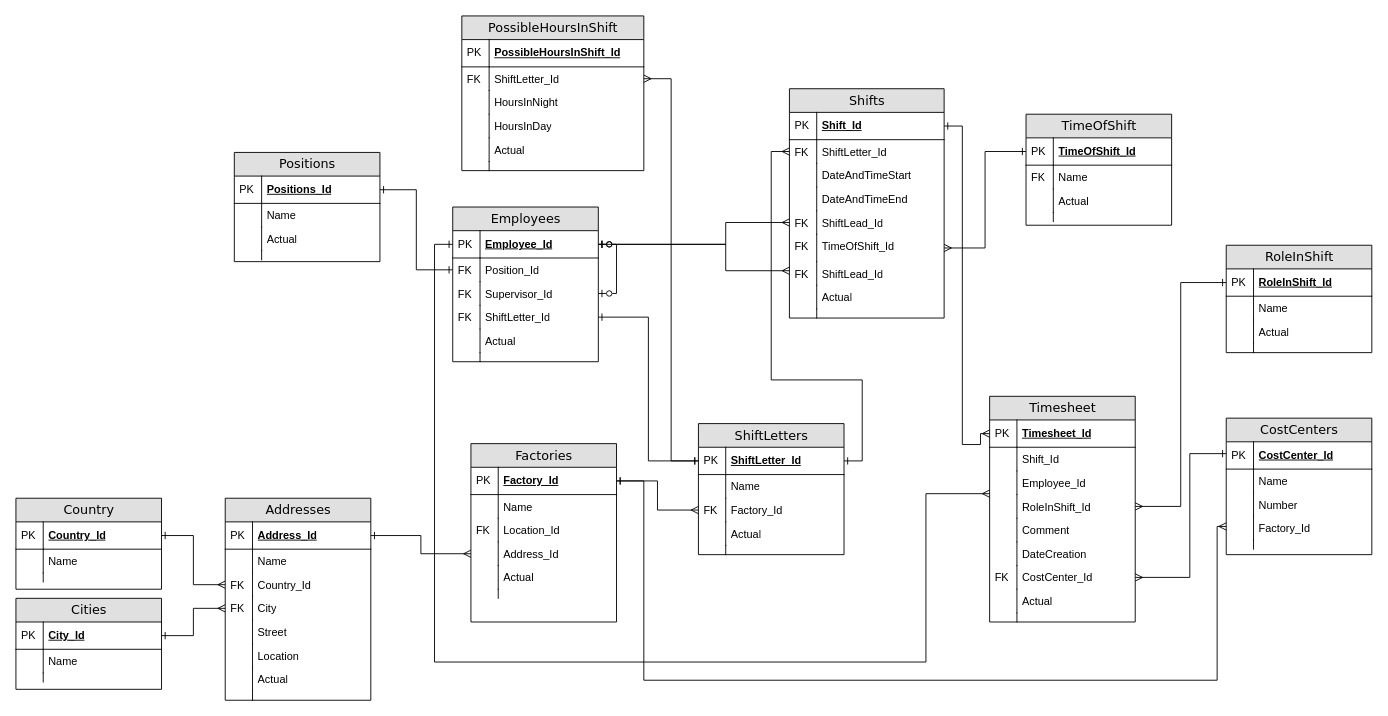
Above: График работы сотрудников по сменам.drawio in posscriptum/BD_Diagram (draw.io), before the change. Source tidied: cells renumbered, new cells numbered last; positions are measured from the earlier drawing's top-left corner, leaving out a move shared by most shapes. Both pictures are drawn from the tidied source at 91%, with x=0, y=0 at pixel (15, 15).
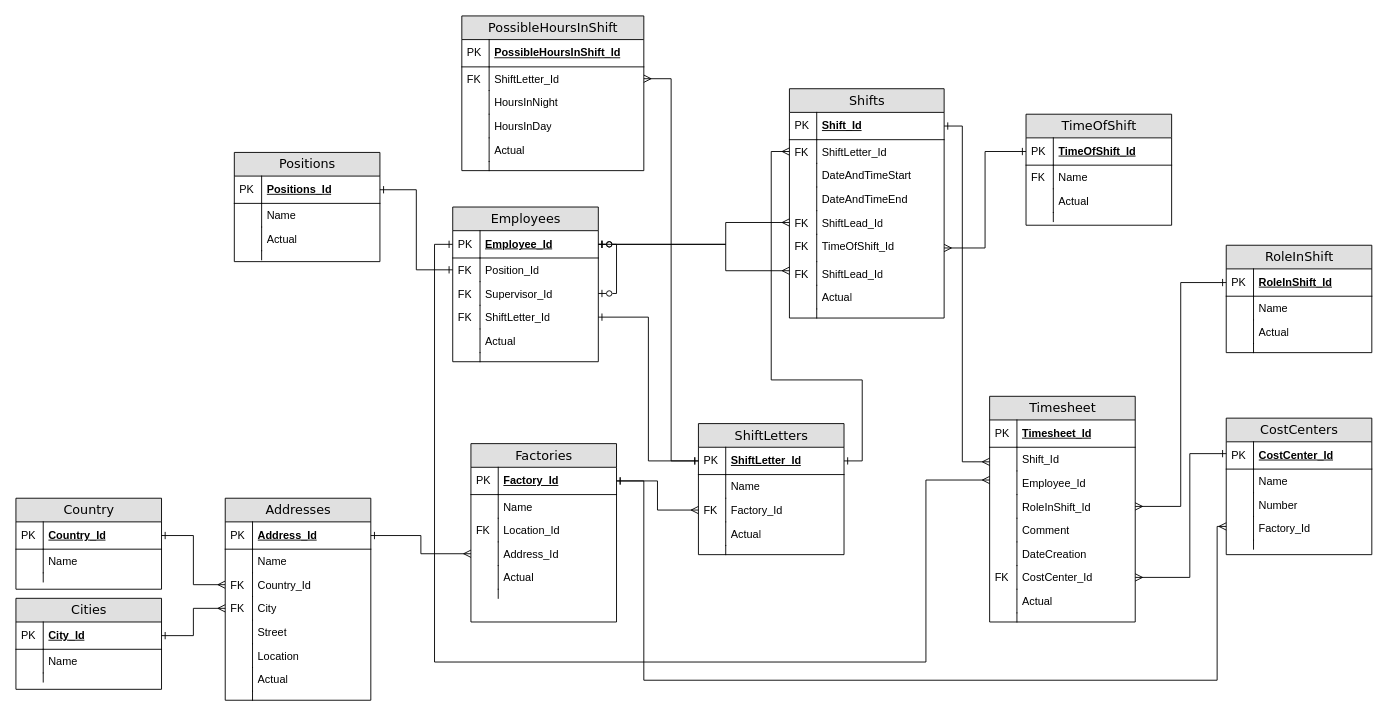
The same diagram, later.

Unchanged cells that the change refers to:
```xml
<mxCell id="3" value="Shift_Id" style="shape=partialRectangle;top=0;left=0;right=0;bottom=1;html=1;align=left;verticalAlign=middle;fillColor=none;spacingLeft=34;spacingRight=4;whiteSpace=wrap;overflow=hidden;points=[[0,0.5],[1,0.5]];portConstraint=eastwest;fontStyle=5;" parent="2" vertex="1">
  <mxGeometry y="26" width="170" height="30" as="geometry" />
</mxCell>
<mxCell id="23" value="Employee_Id" style="shape=partialRectangle;top=0;left=0;right=0;bottom=1;html=1;align=left;verticalAlign=middle;fillColor=none;spacingLeft=34;spacingRight=4;whiteSpace=wrap;overflow=hidden;points=[[0,0.5],[1,0.5]];portConstraint=eastwest;fontStyle=5;" parent="21" vertex="1">
  <mxGeometry y="26" width="160" height="30" as="geometry" />
</mxCell>
<mxCell id="36" value="Timesheet_Id" style="shape=partialRectangle;top=0;left=0;right=0;bottom=1;html=1;align=left;verticalAlign=middle;fillColor=none;spacingLeft=34;spacingRight=4;whiteSpace=wrap;overflow=hidden;points=[[0,0.5],[1,0.5]];portConstraint=eastwest;fontStyle=5;" parent="35" vertex="1">
  <mxGeometry y="26" width="160" height="30" as="geometry" />
</mxCell>
<mxCell id="38" value="Shift_Id" style="shape=partialRectangle;top=0;left=0;right=0;bottom=0;html=1;align=left;verticalAlign=top;fillColor=none;spacingLeft=34;spacingRight=4;whiteSpace=wrap;overflow=hidden;points=[[0,0.5],[1,0.5]];portConstraint=eastwest;" parent="35" vertex="1">
  <mxGeometry y="56" width="160" height="26" as="geometry" />
</mxCell>
<mxCell id="40" value="Employee_Id" style="shape=partialRectangle;top=0;left=0;right=0;bottom=0;html=1;align=left;verticalAlign=top;fillColor=none;spacingLeft=34;spacingRight=4;whiteSpace=wrap;overflow=hidden;points=[[0,0.5],[1,0.5]];portConstraint=eastwest;" parent="35" vertex="1">
  <mxGeometry y="82" width="160" height="26" as="geometry" />
</mxCell>
```

What changed in the source:
```diff
@@
-    <mxCell id="101" style="edgeStyle=orthogonalEdgeStyle;rounded=0;jettySize=auto;html=1;entryX=0;entryY=0.5;entryDx=0;entryDy=0;startArrow=ERone;startFill=0;endArrow=ERmany;endFill=0;" parent="1" edge="1" source="3" target="36">
+    <mxCell id="101" style="edgeStyle=orthogonalEdgeStyle;rounded=0;jettySize=auto;html=1;startArrow=ERone;startFill=0;endArrow=ERmany;endFill=0;" parent="1" edge="1" source="3" target="38">
       <mxGeometry relative="1" as="geometry">
         <Array as="points">
           <mxPoint x="1040" y="121" />
-          <mxPoint x="1040" y="471" />
-          <mxPoint x="1060" y="471" />
-          <mxPoint x="1060" y="459" />
+          <mxPoint x="1040" y="490" />
         </Array>
       </mxGeometry>
     </mxCell>
     <mxCell id="102" style="edgeStyle=orthogonalEdgeStyle;rounded=0;jettySize=auto;html=1;entryX=0;entryY=0.5;entryDx=0;entryDy=0;startArrow=ERmany;startFill=0;endArrow=ERone;endFill=0;" parent="1" edge="1" source="40" target="23">
       <mxGeometry relative="1" as="geometry">
         <Array as="points">
-          <mxPoint x="1000" y="525" />
+          <mxPoint x="1000" y="510" />
           <mxPoint x="1000" y="710" />
           <mxPoint x="460" y="710" />
           <mxPoint x="460" y="251" />
         </Array>
       </mxGeometry>
     </mxCell>
```
